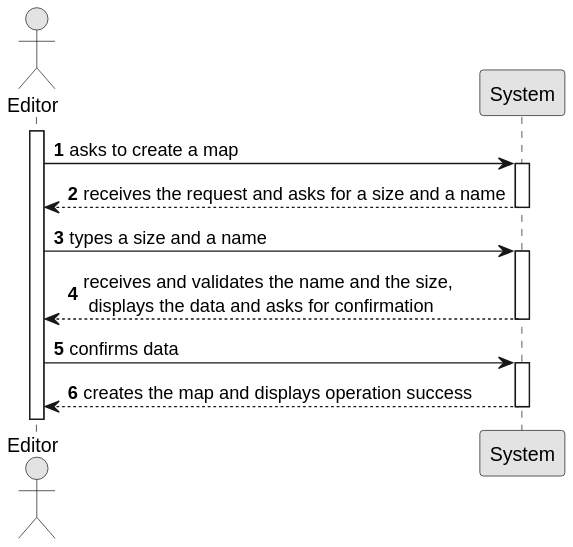
This is Sprint2/US001/01.requirements-engineering/svg/US001-SSD.svg from 1240935/pi2-railway-simulator, a PlantUML export, as it was before one commit. Its diagram source:
```plantuml
@startuml
skinparam monochrome true
skinparam packageStyle rectangle
skinparam shadowing false

autonumber

actor "Editor" as Editor
participant "System" as System

activate Editor

    Editor -> System : asks to create a map
    activate System

        System --> Editor : receives the request and asks for a size and a name
    deactivate System

    Editor -> System : types a size and a name
    activate System

        System --> Editor : receives and validates the name and the size, \n displays the data and asks for confirmation

    deactivate System

    Editor -> System : confirms data

    activate System

        System --> Editor : creates the map and displays operation success
    deactivate System
@enduml
```
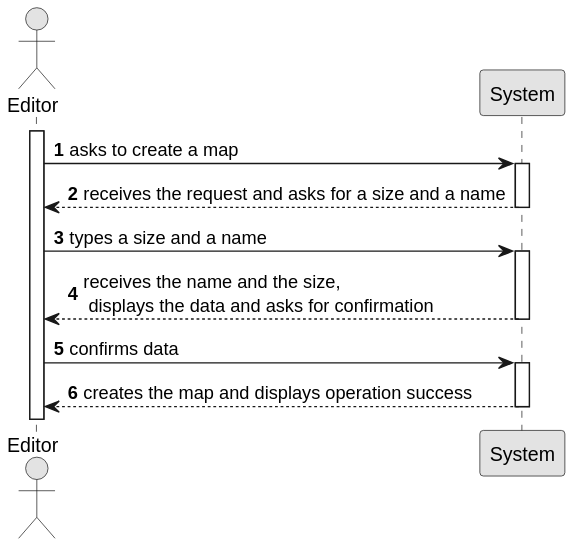
Above is the later version.

What changed in the source:
```diff
@@ -19,7 +19,7 @@
     Editor -> System : types a size and a name
     activate System
 
-        System --> Editor : receives and validates the name and the size, \n displays the data and asks for confirmation
+        System --> Editor : receives the name and the size, \n displays the data and asks for confirmation
 
     deactivate System
 
```
